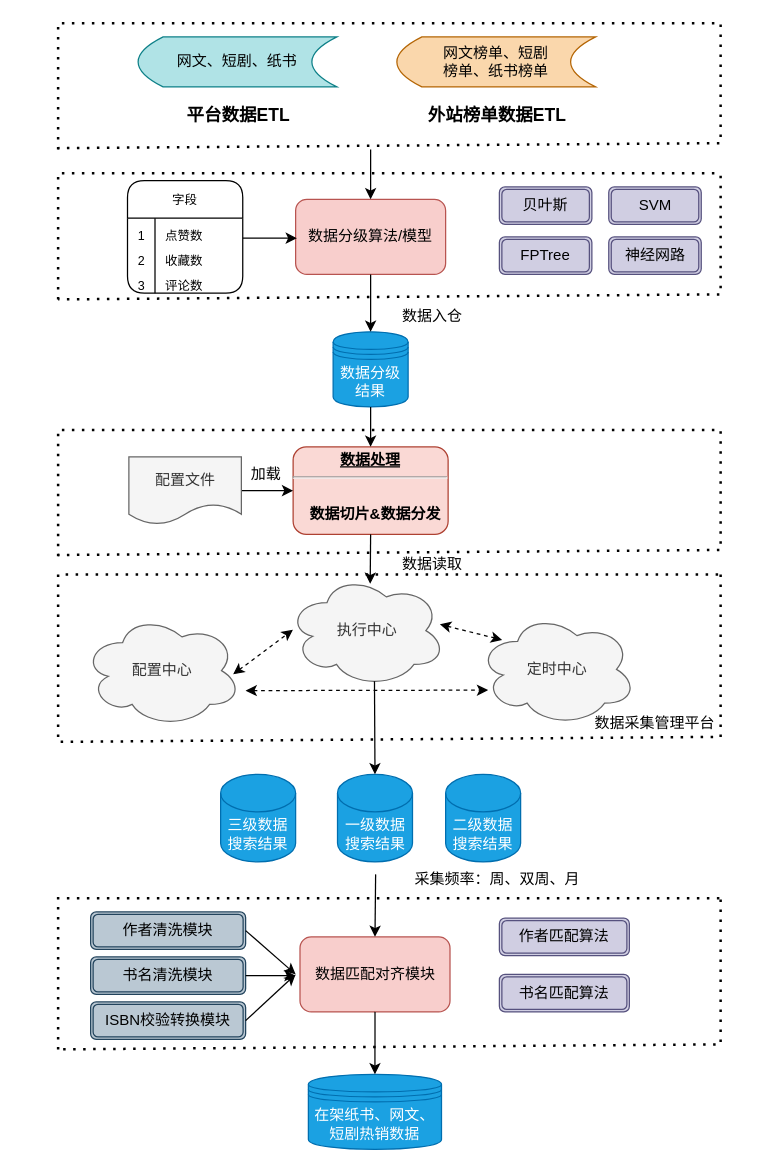
Luoxun1989/work-graph keeps this draw.io diagram as 数据采集方案2.drawio. Above is the earlier version. Source tidied: cells renumbered, new cells numbered last; positions are measured from the earlier drawing's top-left corner, leaving out a move shared by most shapes. Both pictures are drawn from the tidied source at 125%, with x=0, y=0 at pixel (58, 22).
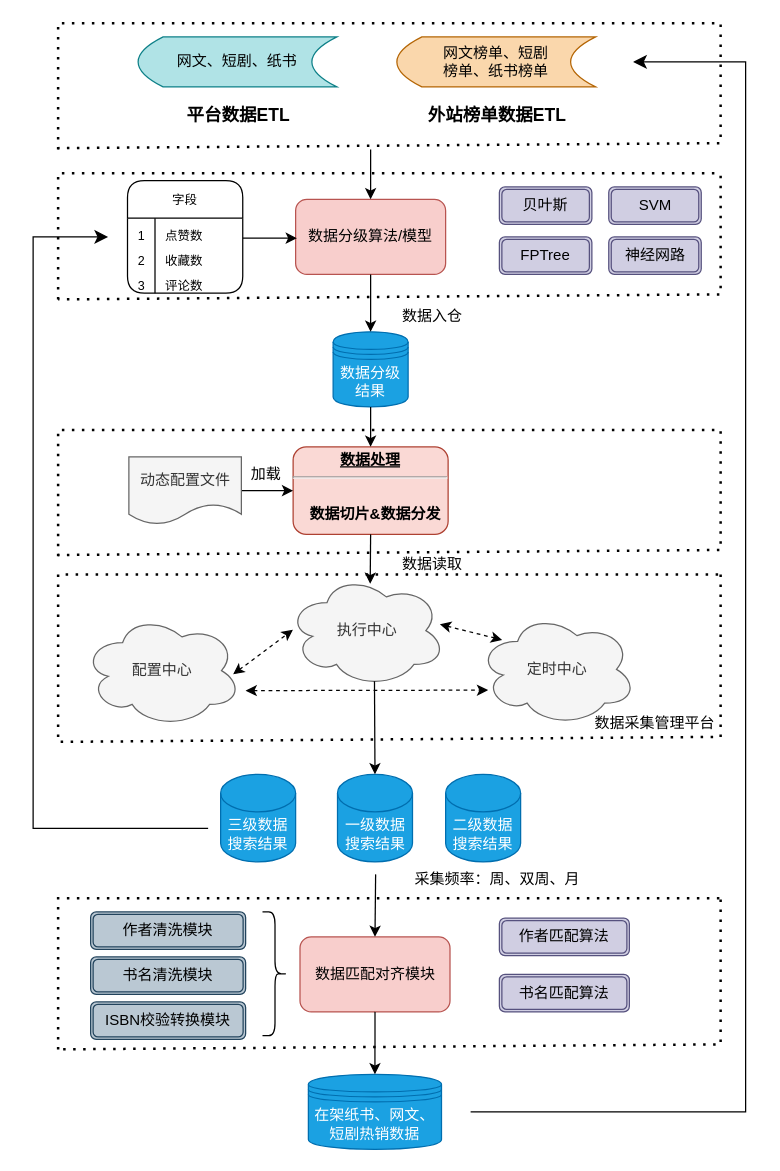
The same diagram, later.

Commit message (it also covers changes not shown here):
更新数据采集方案2.drawio

The change refers to these unchanged cells:
```xml
<mxCell id="58" value="作者清洗模块" style="shape=ext;double=1;rounded=1;whiteSpace=wrap;html=1;fillColor=#bac8d3;strokeColor=#23445d;glass=0;shadow=0;" parent="1" vertex="1">
  <mxGeometry x="26" y="711" width="124" height="30" as="geometry" />
</mxCell>
<mxCell id="59" value="书名清洗模块" style="shape=ext;double=1;rounded=1;whiteSpace=wrap;html=1;fillColor=#bac8d3;strokeColor=#23445d;glass=0;shadow=0;" parent="1" vertex="1">
  <mxGeometry x="26" y="747" width="124" height="30" as="geometry" />
</mxCell>
<mxCell id="60" value="ISBN校验转换模块" style="shape=ext;double=1;rounded=1;whiteSpace=wrap;html=1;fillColor=#bac8d3;strokeColor=#23445d;glass=0;shadow=0;" parent="1" vertex="1">
  <mxGeometry x="26" y="783" width="124" height="30" as="geometry" />
</mxCell>
```

The edit, as a diff of the source:
```diff
@@
-    <mxCell id="7" value="配置文件" style="shape=document;whiteSpace=wrap;html=1;boundedLbl=1;fillColor=#f5f5f5;fontColor=#333333;strokeColor=#666666;" parent="1" vertex="1">
+    <mxCell id="7" value="动态配置文件" style="shape=document;whiteSpace=wrap;html=1;boundedLbl=1;fillColor=#f5f5f5;fontColor=#333333;strokeColor=#666666;" parent="1" vertex="1">
       <mxGeometry x="56.6" y="347" width="90" height="54" as="geometry" />
     </mxCell>
@@
-    <mxCell id="64" style="endArrow=classic;html=1;rounded=0;exitX=1;exitY=0.5;exitDx=0;exitDy=0;" parent="1" edge="1" source="58">
-      <mxGeometry relative="1" as="geometry">
-        <mxPoint x="190" y="761" as="targetPoint" />
-      </mxGeometry>
-    </mxCell>
-    <mxCell id="65" style="endArrow=classic;html=1;rounded=0;exitX=1;exitY=0.5;exitDx=0;exitDy=0;" parent="1" edge="1" source="59">
-      <mxGeometry relative="1" as="geometry">
-        <mxPoint x="190" y="762" as="targetPoint" />
-      </mxGeometry>
-    </mxCell>
-    <mxCell id="66" style="endArrow=classic;html=1;rounded=0;exitX=1;exitY=0.5;exitDx=0;exitDy=0;" parent="1" edge="1" source="60">
-      <mxGeometry relative="1" as="geometry">
-        <mxPoint x="190" y="761" as="targetPoint" />
-      </mxGeometry>
-    </mxCell>
+    <mxCell id="67" style="shape=curlyBracket;whiteSpace=wrap;html=1;rounded=1;flipH=1;labelPosition=right;verticalLabelPosition=middle;align=left;verticalAlign=middle;" parent="1" vertex="1">
+      <mxGeometry x="163.5" y="711" width="20" height="99" as="geometry" />
+    </mxCell>
+    <mxCell id="68" style="edgeStyle=elbowEdgeStyle;elbow=horizontal;endArrow=classic;html=1;curved=0;rounded=0;endSize=8;startSize=8;" parent="1" edge="1">
+      <mxGeometry relative="1" as="geometry">
+        <mxPoint x="120" y="644.2" as="sourcePoint" />
+        <mxPoint x="40" y="171" as="targetPoint" />
+        <Array as="points">
+          <mxPoint x="-20" y="411" />
+        </Array>
+      </mxGeometry>
+    </mxCell>
+    <mxCell id="69" style="edgeStyle=elbowEdgeStyle;elbow=horizontal;endArrow=classic;html=1;curved=0;rounded=0;endSize=8;startSize=8;" parent="1" edge="1">
+      <mxGeometry relative="1" as="geometry">
+        <mxPoint x="330" y="871" as="sourcePoint" />
+        <mxPoint x="460" y="31" as="targetPoint" />
+        <Array as="points">
+          <mxPoint x="550" y="451" />
+        </Array>
+      </mxGeometry>
+    </mxCell>
```
